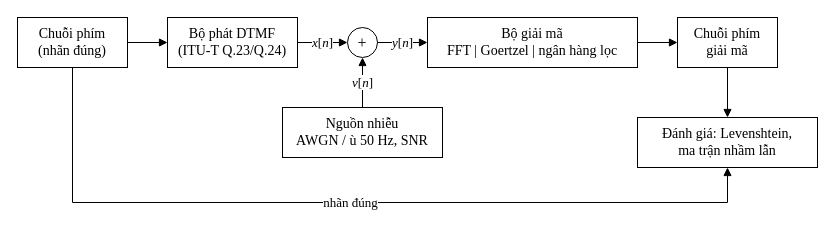
Before: report/template/Figures/drawio/SD_he_thong.drawio in AIVIETNAM-AIO-DoHongNhat/DTMF, a draw.io diagram. Source tidied: cells renumbered, new cells numbered last; positions are measured from the earlier drawing's top-left corner, leaving out a move shared by most shapes. Both pictures are drawn from the tidied source at 100%, with x=0, y=0 at pixel (17, 17).
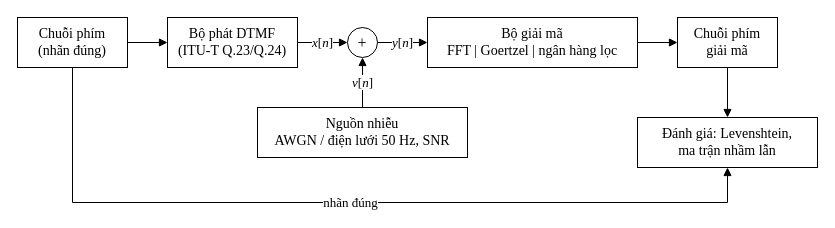
Above is the later version.

The edit, as a diff of the source:
```diff
@@
 <mxGraphModel background="#FFFFFF">
   <root>
     <mxCell id="0" />
     <mxCell id="1" parent="0" />
     <mxCell id="2" value="Chuỗi phím&lt;br&gt;(nhãn đúng)" style="rounded=0;whiteSpace=wrap;html=1;strokeColor=#000000;fillColor=#FFFFFF;strokeWidth=1;fontSize=14;fontFamily=Times New Roman;fontColor=#000000;" parent="1" vertex="1">
       <mxGeometry width="110" height="50" as="geometry" />
     </mxCell>
     <mxCell id="3" value="Bộ phát DTMF&lt;br&gt;(ITU-T Q.23/Q.24)" style="rounded=0;whiteSpace=wrap;html=1;strokeColor=#000000;fillColor=#FFFFFF;strokeWidth=1;fontSize=14;fontFamily=Times New Roman;fontColor=#000000;" parent="1" vertex="1">
       <mxGeometry x="150" width="130" height="50" as="geometry" />
     </mxCell>
     <mxCell id="4" value="+" style="ellipse;whiteSpace=wrap;html=1;strokeColor=#000000;fillColor=#FFFFFF;strokeWidth=1;fontSize=16;fontFamily=Times New Roman;fontColor=#000000;" parent="1" vertex="1">
       <mxGeometry x="330" y="10" width="30" height="30" as="geometry" />
     </mxCell>
-    <mxCell id="5" value="Nguồn nhiễu&lt;br&gt;AWGN / ù 50 Hz, SNR" style="rounded=0;whiteSpace=wrap;html=1;strokeColor=#000000;fillColor=#FFFFFF;strokeWidth=1;fontSize=14;fontFamily=Times New Roman;fontColor=#000000;" parent="1" vertex="1">
-      <mxGeometry x="265" y="90" width="160" height="50" as="geometry" />
+    <mxCell id="5" value="Nguồn nhiễu&lt;br&gt;AWGN / điện lưới 50 Hz, SNR" style="rounded=0;whiteSpace=wrap;html=1;strokeColor=#000000;fillColor=#FFFFFF;strokeWidth=1;fontSize=14;fontFamily=Times New Roman;fontColor=#000000;" parent="1" vertex="1">
+      <mxGeometry x="240" y="90" width="210" height="50" as="geometry" />
     </mxCell>
     <mxCell id="6" value="Bộ giải mã&lt;br&gt;FFT | Goertzel | ngân hàng lọc" style="rounded=0;whiteSpace=wrap;html=1;strokeColor=#000000;fillColor=#FFFFFF;strokeWidth=1;fontSize=14;fontFamily=Times New Roman;fontColor=#000000;" parent="1" vertex="1">
       <mxGeometry x="410" width="210" height="50" as="geometry" />
     </mxCell>
     <mxCell id="7" value="Chuỗi phím&lt;br&gt;giải mã" style="rounded=0;whiteSpace=wrap;html=1;strokeColor=#000000;fillColor=#FFFFFF;strokeWidth=1;fontSize=14;fontFamily=Times New Roman;fontColor=#000000;" parent="1" vertex="1">
       <mxGeometry x="660" width="100" height="50" as="geometry" />
     </mxCell>
     <mxCell id="8" value="Đánh giá: Levenshtein,&lt;br&gt;ma trận nhầm lẫn" style="rounded=0;whiteSpace=wrap;html=1;strokeColor=#000000;fillColor=#FFFFFF;strokeWidth=1;fontSize=14;fontFamily=Times New Roman;fontColor=#000000;" parent="1" vertex="1">
       <mxGeometry x="620" y="100" width="180" height="50" as="geometry" />
     </mxCell>
     <mxCell id="9" style="edgeStyle=orthogonalEdgeStyle;rounded=0;html=1;strokeColor=#000000;strokeWidth=1;endArrow=block;endFill=1;endSize=6;fontSize=13;labelBackgroundColor=#FFFFFF;fontFamily=Times New Roman;fontColor=#000000;" parent="1" edge="1" source="2" target="3">
       <mxGeometry relative="1" as="geometry" />
     </mxCell>
     <mxCell id="10" value="&lt;i&gt;x&lt;/i&gt;[&lt;i&gt;n&lt;/i&gt;]" style="edgeStyle=orthogonalEdgeStyle;rounded=0;html=1;strokeColor=#000000;strokeWidth=1;endArrow=block;endFill=1;endSize=6;fontSize=13;labelBackgroundColor=#FFFFFF;fontFamily=Times New Roman;fontColor=#000000;" parent="1" edge="1" source="3" target="4">
       <mxGeometry relative="1" as="geometry" />
     </mxCell>
     <mxCell id="11" value="&lt;i&gt;v&lt;/i&gt;[&lt;i&gt;n&lt;/i&gt;]" style="edgeStyle=orthogonalEdgeStyle;rounded=0;html=1;strokeColor=#000000;strokeWidth=1;endArrow=block;endFill=1;endSize=6;fontSize=13;labelBackgroundColor=#FFFFFF;fontFamily=Times New Roman;fontColor=#000000;" parent="1" edge="1" source="5" target="4">
       <mxGeometry relative="1" as="geometry" />
     </mxCell>
     <mxCell id="12" value="&lt;i&gt;y&lt;/i&gt;[&lt;i&gt;n&lt;/i&gt;]" style="edgeStyle=orthogonalEdgeStyle;rounded=0;html=1;strokeColor=#000000;strokeWidth=1;endArrow=block;endFill=1;endSize=6;fontSize=13;labelBackgroundColor=#FFFFFF;fontFamily=Times New Roman;fontColor=#000000;" parent="1" edge="1" source="4" target="6">
       <mxGeometry relative="1" as="geometry" />
     </mxCell>
     <mxCell id="13" style="edgeStyle=orthogonalEdgeStyle;rounded=0;html=1;strokeColor=#000000;strokeWidth=1;endArrow=block;endFill=1;endSize=6;fontSize=13;labelBackgroundColor=#FFFFFF;fontFamily=Times New Roman;fontColor=#000000;" parent="1" edge="1" source="6" target="7">
       <mxGeometry relative="1" as="geometry" />
     </mxCell>
     <mxCell id="14" style="edgeStyle=orthogonalEdgeStyle;rounded=0;html=1;strokeColor=#000000;strokeWidth=1;endArrow=block;endFill=1;endSize=6;fontSize=13;labelBackgroundColor=#FFFFFF;fontFamily=Times New Roman;fontColor=#000000;exitX=0.5;exitY=1;exitDx=0;exitDy=0;entryX=0.5;entryY=0;entryDx=0;entryDy=0;" parent="1" edge="1" source="7" target="8">
       <mxGeometry relative="1" as="geometry" />
     </mxCell>
     <mxCell id="15" value="nhãn đúng" style="edgeStyle=orthogonalEdgeStyle;rounded=0;html=1;strokeColor=#000000;strokeWidth=1;endArrow=block;endFill=1;endSize=6;fontSize=13;labelBackgroundColor=#FFFFFF;fontFamily=Times New Roman;fontColor=#000000;exitX=0.5;exitY=1;exitDx=0;exitDy=0;entryX=0.5;entryY=1;entryDx=0;entryDy=0;" parent="1" edge="1" source="2" target="8">
       <mxGeometry relative="1" as="geometry">
         <Array as="points">
           <mxPoint x="55" y="185" />
           <mxPoint x="710" y="185" />
         </Array>
       </mxGeometry>
     </mxCell>
   </root>
 </mxGraphModel>
```
